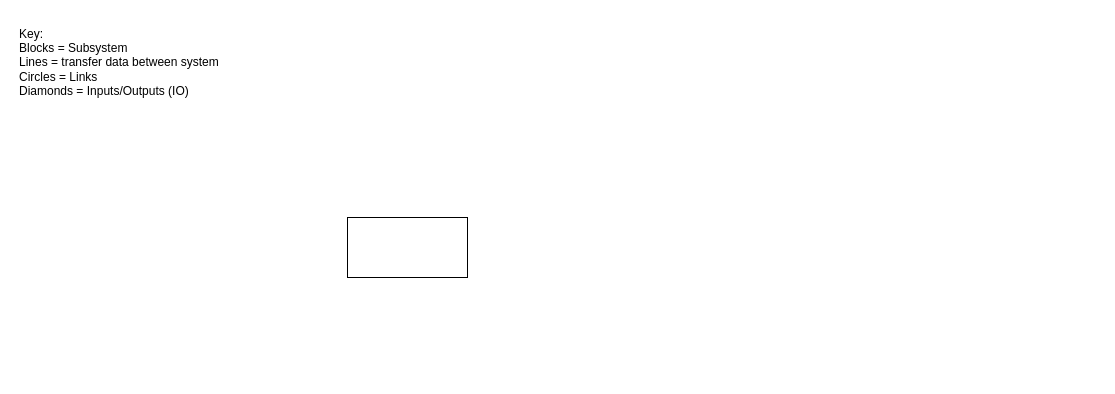
Earlier version of the draw.io diagram Untitled Diagram.drawio (zuzu-a/APEXSat). Source tidied: cells renumbered, new cells numbered last; positions are measured from the earlier drawing's top-left corner, leaving out a move shared by most shapes. Both pictures are drawn from the tidied source at 100%, with x=0, y=0 at pixel (17, 17).
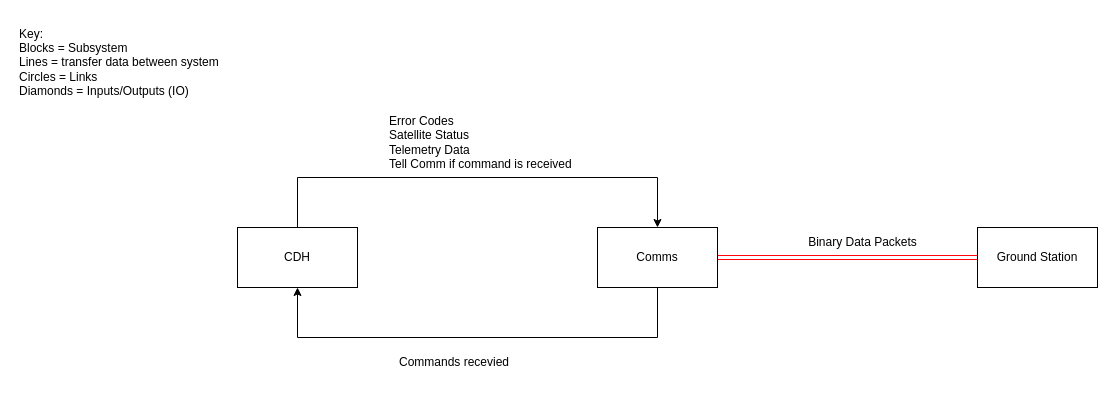
Above is the later version.

Commit message:
Initial workings of Software CONOPS

Diff of the diagram source:
```diff
@@
 <mxGraphModel>
   <root>
     <mxCell id="0" />
     <mxCell id="1" parent="0" />
+    <mxCell id="4" style="edgeStyle=orthogonalEdgeStyle;rounded=0;jettySize=auto;html=1;exitX=0.5;exitY=0;exitDx=0;exitDy=0;entryX=0.5;entryY=0;entryDx=0;entryDy=0;" parent="1" edge="1" source="2" target="7">
+      <mxGeometry relative="1" as="geometry">
+        <Array as="points">
+          <mxPoint x="280" y="160" />
+          <mxPoint x="640" y="160" />
+        </Array>
+      </mxGeometry>
+    </mxCell>
-    <mxCell id="2" style="whiteSpace=wrap;html=1;" parent="1" vertex="1">
-      <mxGeometry x="330" y="200" width="120" height="60" as="geometry" />
+    <mxCell id="2" value="CDH" style="whiteSpace=wrap;html=1;" parent="1" vertex="1">
+      <mxGeometry x="220" y="210" width="120" height="60" as="geometry" />
     </mxCell>
     <mxCell id="3" value="Key:&lt;div&gt;Blocks = Subsystem&lt;/div&gt;&lt;div&gt;Lines = transfer data between system&lt;/div&gt;&lt;div&gt;Circles = Links&lt;/div&gt;&lt;div&gt;Diamonds = Inputs/Outputs (IO)&lt;/div&gt;" style="text;html=1;align=left;verticalAlign=middle;strokeColor=none;fillColor=none;" parent="1" vertex="1">
       <mxGeometry width="220" height="90" as="geometry" />
     </mxCell>
+    <mxCell id="5" style="edgeStyle=orthogonalEdgeStyle;rounded=0;jettySize=auto;html=1;exitX=0.5;exitY=1;exitDx=0;exitDy=0;entryX=0.5;entryY=1;entryDx=0;entryDy=0;" parent="1" edge="1" source="7" target="2">
+      <mxGeometry relative="1" as="geometry">
+        <Array as="points">
+          <mxPoint x="640" y="320" />
+          <mxPoint x="280" y="320" />
+        </Array>
+      </mxGeometry>
+    </mxCell>
+    <mxCell id="6" style="edgeStyle=none;rounded=0;jettySize=auto;html=1;exitX=1;exitY=0.5;exitDx=0;exitDy=0;shape=link;fillColor=#FF220A;strokeColor=light-dark(#FF0707,#FFFFFF);entryX=0;entryY=0.5;entryDx=0;entryDy=0;" parent="1" edge="1" source="7" target="10">
+      <mxGeometry relative="1" as="geometry" />
+    </mxCell>
+    <mxCell id="7" value="Comms" style="whiteSpace=wrap;html=1;" parent="1" vertex="1">
+      <mxGeometry x="580" y="210" width="120" height="60" as="geometry" />
+    </mxCell>
+    <mxCell id="8" value="Error Codes&lt;div&gt;Satellite Status&lt;/div&gt;&lt;div&gt;Telemetry Data&lt;/div&gt;&lt;div&gt;Tell Comm if command is received&lt;/div&gt;" style="text;html=1;align=left;verticalAlign=middle;strokeColor=none;fillColor=none;" parent="1" vertex="1">
+      <mxGeometry x="370" y="90" width="210" height="70" as="geometry" />
+    </mxCell>
+    <mxCell id="9" value="Commands recevied" style="text;html=1;align=left;verticalAlign=middle;strokeColor=none;fillColor=none;" parent="1" vertex="1">
+      <mxGeometry x="380" y="330" width="130" height="30" as="geometry" />
+    </mxCell>
+    <mxCell id="10" value="Ground Station" style="whiteSpace=wrap;html=1;" parent="1" vertex="1">
+      <mxGeometry x="960" y="210" width="120" height="60" as="geometry" />
+    </mxCell>
+    <mxCell id="11" value="Binary Data Packets" style="text;html=1;align=center;verticalAlign=middle;strokeColor=none;fillColor=none;" parent="1" vertex="1">
+      <mxGeometry x="780" y="210" width="130" height="30" as="geometry" />
+    </mxCell>
   </root>
 </mxGraphModel>
```
